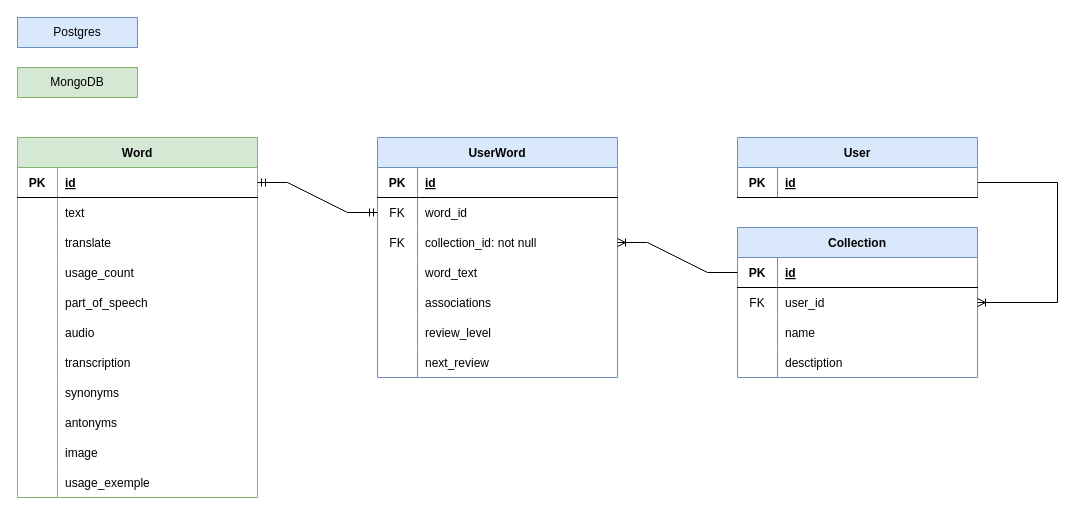
Earlier version of the draw.io diagram lexi-schema.drawio (pasha-danilevich/lexi-bot). Source tidied: cells renumbered, new cells numbered last; positions are measured from the earlier drawing's top-left corner, leaving out a move shared by most shapes. Both pictures are drawn from the tidied source at 100%, with x=0, y=0 at pixel (17, 17).
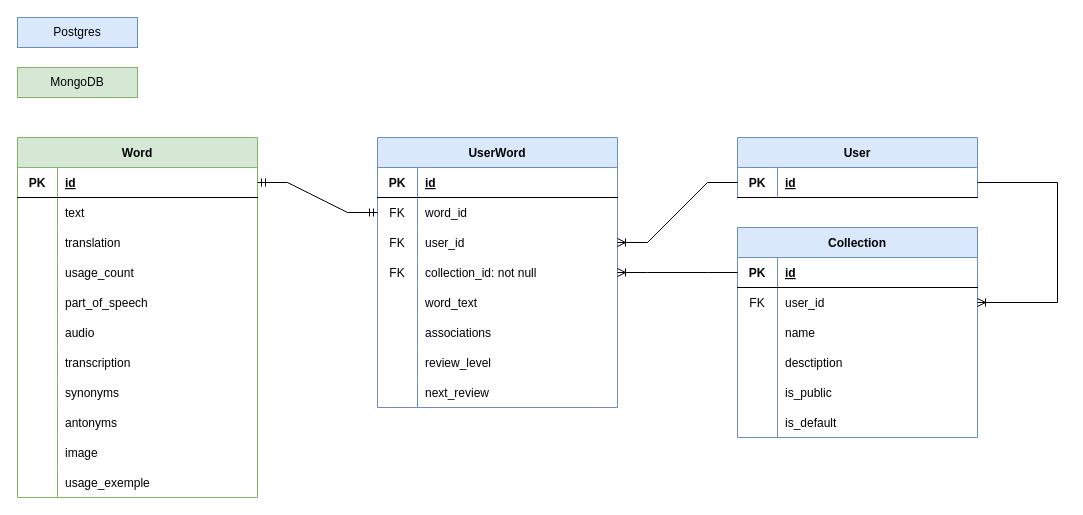
After the change.

Unchanged cells that the change refers to:
```xml
<mxCell id="9" style="shape=partialRectangle;fillColor=none;top=0;left=0;right=0;bottom=0;" parent="2" vertex="1">
  <mxGeometry y="90" width="240" height="30" as="geometry" />
</mxCell>
<mxCell id="37" style="shape=partialRectangle;fillColor=none;points=[[0,0.5],[1,0.5]];portConstraint=eastwest;top=0;left=0;right=0;bottom=1;" parent="36" vertex="1">
  <mxGeometry y="30" width="240" height="30" as="geometry" />
</mxCell>
```

Diff of the diagram source:
```diff
@@
-    <mxCell id="11" value="translate" style="shape=partialRectangle;overflow=hidden;fillColor=none;top=0;left=0;bottom=0;right=0;align=left;spacingLeft=6;" parent="9" vertex="1">
+    <mxCell id="11" value="translation" style="shape=partialRectangle;overflow=hidden;fillColor=none;top=0;left=0;bottom=0;right=0;align=left;spacingLeft=6;" parent="9" vertex="1">
       <mxGeometry x="40" width="200" height="30" as="geometry" />
     </mxCell>
@@
     <mxCell id="41" value="Collection" style="shape=table;startSize=30;childLayout=tableLayout;rowLines=0;fontStyle=1;align=center;fillColor=#dae8fc;strokeColor=#6c8ebf;" parent="1" vertex="1">
-      <mxGeometry x="720" y="210" width="240" height="150" as="geometry" />
+      <mxGeometry x="720" y="210" width="240" height="210" as="geometry" />
     </mxCell>
@@
+    <mxCell id="81" style="shape=partialRectangle;fillColor=none;top=0;left=0;right=0;bottom=0;" parent="41" vertex="1">
+      <mxGeometry y="150" width="240" height="30" as="geometry" />
+    </mxCell>
+    <mxCell id="82" style="shape=partialRectangle;overflow=hidden;fillColor=none;top=0;left=0;bottom=0;right=0;" parent="81" vertex="1">
+      <mxGeometry width="40" height="30" as="geometry" />
+    </mxCell>
+    <mxCell id="83" value="is_public" style="shape=partialRectangle;overflow=hidden;fillColor=none;top=0;left=0;bottom=0;right=0;align=left;spacingLeft=6;" parent="81" vertex="1">
+      <mxGeometry x="40" width="200" height="30" as="geometry" />
+    </mxCell>
+    <mxCell id="84" style="shape=partialRectangle;fillColor=none;top=0;left=0;right=0;bottom=0;" parent="41" vertex="1">
+      <mxGeometry y="180" width="240" height="30" as="geometry" />
+    </mxCell>
+    <mxCell id="85" style="shape=partialRectangle;overflow=hidden;fillColor=none;top=0;left=0;bottom=0;right=0;" parent="84" vertex="1">
+      <mxGeometry width="40" height="30" as="geometry" />
+    </mxCell>
+    <mxCell id="86" value="is_default" style="shape=partialRectangle;overflow=hidden;fillColor=none;top=0;left=0;bottom=0;right=0;align=left;spacingLeft=6;" parent="84" vertex="1">
+      <mxGeometry x="40" width="200" height="30" as="geometry" />
+    </mxCell>
     <mxCell id="54" value="UserWord" style="shape=table;startSize=30;childLayout=tableLayout;rowLines=0;fontStyle=1;align=center;fillColor=#dae8fc;strokeColor=#6c8ebf;" parent="1" vertex="1">
-      <mxGeometry x="360" y="120" width="240" height="240" as="geometry" />
+      <mxGeometry x="360" y="120" width="240" height="270" as="geometry" />
     </mxCell>
@@
+    <mxCell id="87" style="shape=partialRectangle;fillColor=none;points=[[0,0.5],[1,0.5]];portConstraint=eastwest;top=0;left=0;right=0;bottom=0;" parent="54" vertex="1">
+      <mxGeometry y="90" width="240" height="30" as="geometry" />
+    </mxCell>
+    <mxCell id="88" value="FK" style="shape=partialRectangle;overflow=hidden;fillColor=none;top=0;left=0;bottom=0;right=0;" parent="87" vertex="1">
+      <mxGeometry width="40" height="30" as="geometry" />
+    </mxCell>
+    <mxCell id="89" value="user_id" style="shape=partialRectangle;overflow=hidden;fillColor=none;top=0;left=0;bottom=0;right=0;align=left;spacingLeft=6;" parent="87" vertex="1">
+      <mxGeometry x="40" width="200" height="30" as="geometry" />
+    </mxCell>
     <mxCell id="61" style="shape=partialRectangle;fillColor=none;points=[[0,0.5],[1,0.5]];portConstraint=eastwest;top=0;left=0;right=0;bottom=0;" parent="54" vertex="1">
-      <mxGeometry y="90" width="240" height="30" as="geometry" />
+      <mxGeometry y="120" width="240" height="30" as="geometry" />
     </mxCell>
@@
     <mxCell id="64" style="shape=partialRectangle;fillColor=none;top=0;left=0;right=0;bottom=0;" parent="54" vertex="1">
-      <mxGeometry y="120" width="240" height="30" as="geometry" />
+      <mxGeometry y="150" width="240" height="30" as="geometry" />
     </mxCell>
@@
     <mxCell id="67" style="shape=partialRectangle;fillColor=none;top=0;left=0;right=0;bottom=0;" parent="54" vertex="1">
-      <mxGeometry y="150" width="240" height="30" as="geometry" />
+      <mxGeometry y="180" width="240" height="30" as="geometry" />
     </mxCell>
@@
     <mxCell id="70" style="shape=partialRectangle;fillColor=none;top=0;left=0;right=0;bottom=0;" parent="54" vertex="1">
-      <mxGeometry y="180" width="240" height="30" as="geometry" />
+      <mxGeometry y="210" width="240" height="30" as="geometry" />
     </mxCell>
@@
     <mxCell id="73" style="shape=partialRectangle;fillColor=none;top=0;left=0;right=0;bottom=0;" parent="54" vertex="1">
-      <mxGeometry y="210" width="240" height="30" as="geometry" />
+      <mxGeometry y="240" width="240" height="30" as="geometry" />
     </mxCell>
@@
+    <mxCell id="90" style="edgeStyle=entityRelationEdgeStyle;fontSize=12;html=1;endArrow=ERoneToMany;rounded=0;exitX=0;exitY=0.5;exitDx=0;exitDy=0;entryX=1;entryY=0.5;entryDx=0;entryDy=0;" parent="1" edge="1" source="37" target="87">
+      <mxGeometry relative="1" as="geometry">
+        <Array as="points">
+          <mxPoint x="700" y="350" />
+        </Array>
+      </mxGeometry>
+    </mxCell>
```
